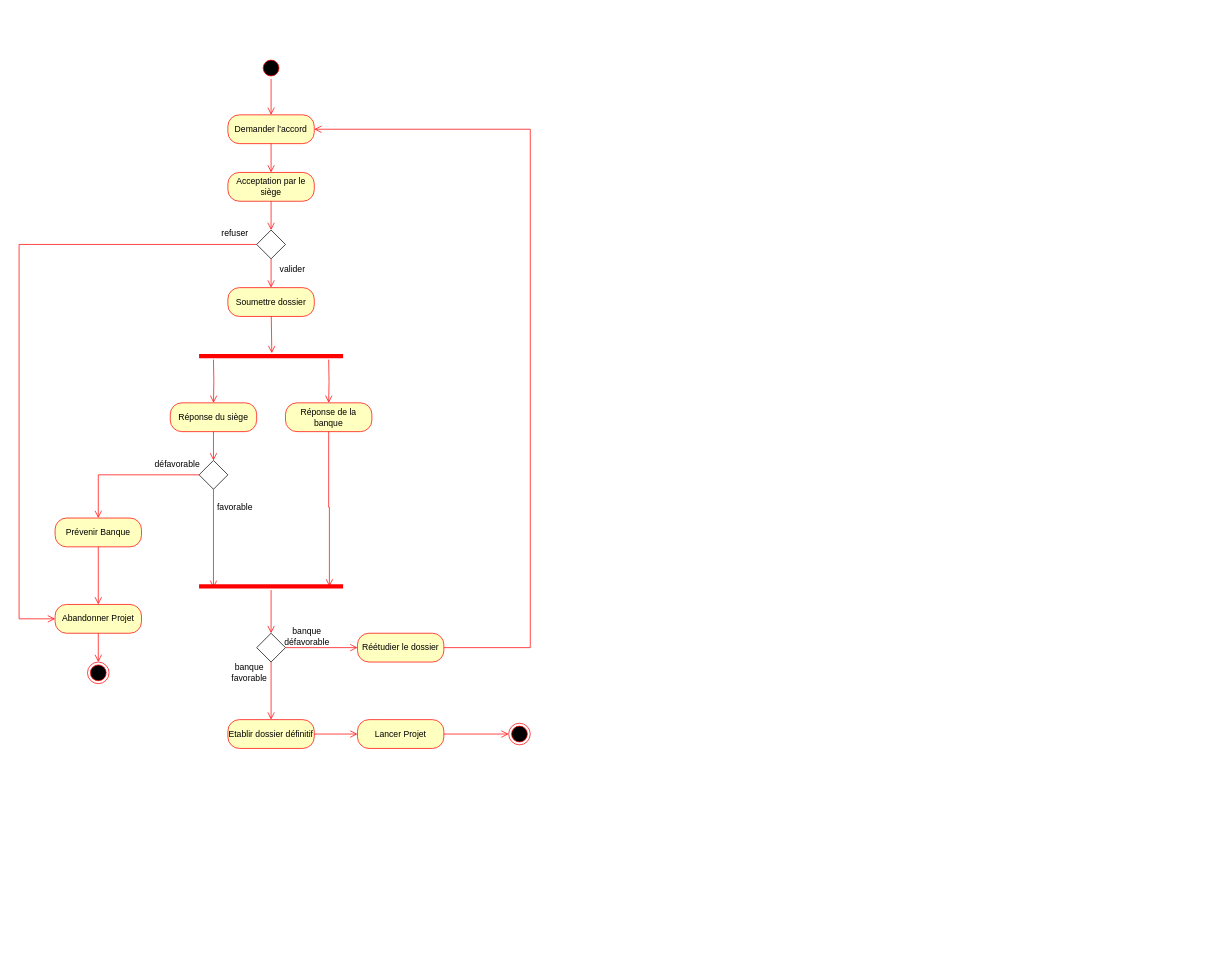
Before: TP5/TP_5_UML_Exercice_2.drawio in Mzk-Ali/EXO_M2I_UML, a draw.io diagram. Source tidied: cells renumbered, new cells numbered last; positions are measured from the earlier drawing's top-left corner, leaving out a move shared by most shapes. Both pictures are drawn from the tidied source at 72%, with x=0, y=0 at pixel (19, 57).
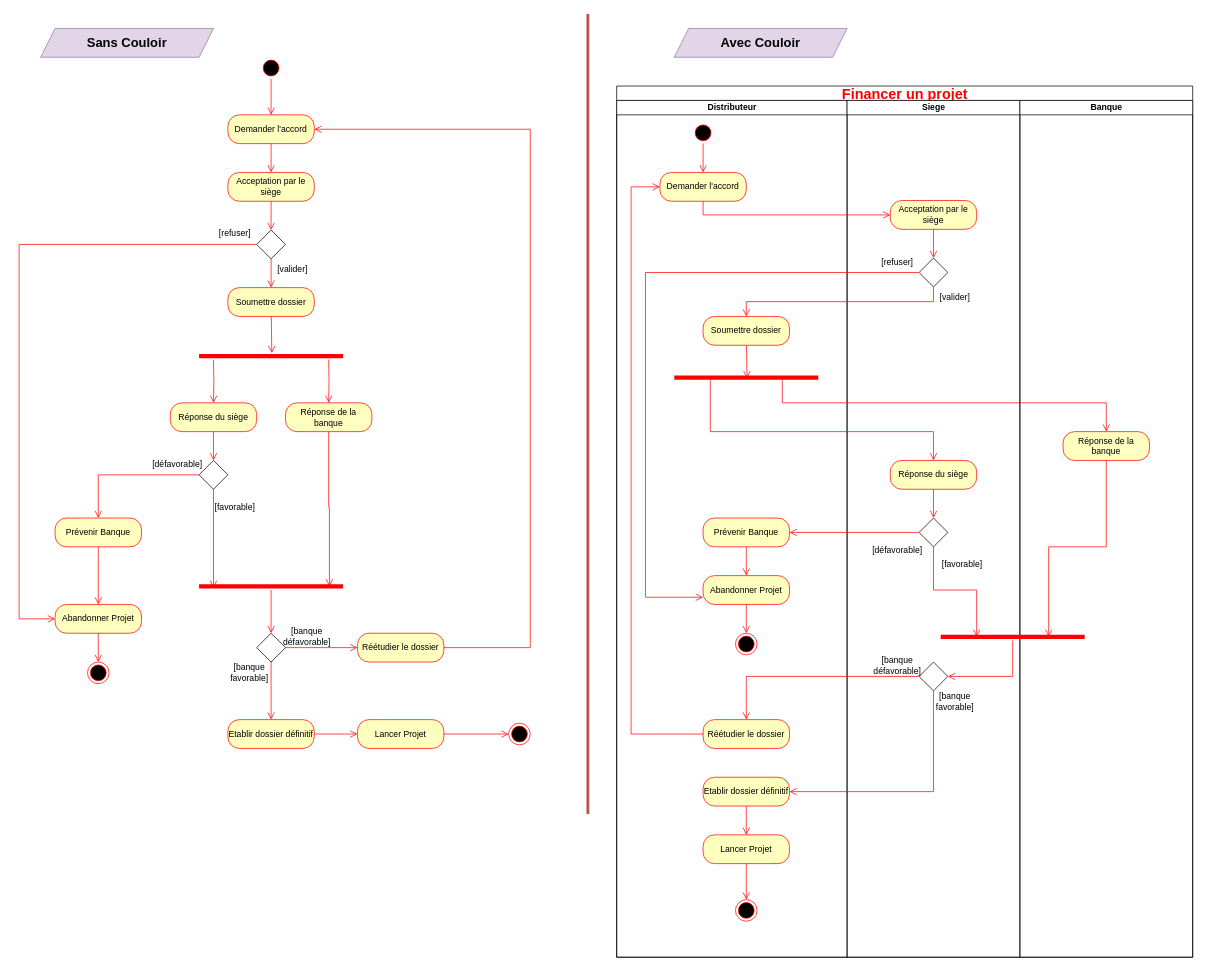
The same page after the edit.

Commit message (it also covers changes not shown here):
Mettre à jour TP_5_UML_Exercice_2.drawio

Diff of the diagram source:
```diff
@@
-    <mxCell id="6" value="refuser" style="text;html=1;align=center;verticalAlign=middle;whiteSpace=wrap;rounded=0;" parent="1" vertex="1">
+    <mxCell id="6" value="[refuser]" style="text;html=1;align=center;verticalAlign=middle;whiteSpace=wrap;rounded=0;" parent="1" vertex="1">
       <mxGeometry x="270" y="230" width="60" height="30" as="geometry" />
     </mxCell>
@@
-    <mxCell id="17" value="valider" style="text;html=1;align=center;verticalAlign=middle;whiteSpace=wrap;rounded=0;" parent="1" vertex="1">
+    <mxCell id="17" value="[valider]" style="text;html=1;align=center;verticalAlign=middle;whiteSpace=wrap;rounded=0;" parent="1" vertex="1">
       <mxGeometry x="350" y="280" width="60" height="30" as="geometry" />
     </mxCell>
@@
-    <mxCell id="26" value="favorable" style="text;html=1;align=center;verticalAlign=middle;whiteSpace=wrap;rounded=0;" parent="1" vertex="1">
+    <mxCell id="26" value="[favorable]" style="text;html=1;align=center;verticalAlign=middle;whiteSpace=wrap;rounded=0;" parent="1" vertex="1">
       <mxGeometry x="270" y="610" width="60" height="30" as="geometry" />
     </mxCell>
@@
-    <mxCell id="28" value="défavorable" style="text;html=1;align=center;verticalAlign=middle;whiteSpace=wrap;rounded=0;" parent="1" vertex="1">
+    <mxCell id="28" value="[défavorable]" style="text;html=1;align=center;verticalAlign=middle;whiteSpace=wrap;rounded=0;" parent="1" vertex="1">
       <mxGeometry x="190" y="550" width="60" height="30" as="geometry" />
     </mxCell>
@@
-    <mxCell id="40" value="banque favorable" style="text;html=1;align=center;verticalAlign=middle;whiteSpace=wrap;rounded=0;" parent="1" vertex="1">
+    <mxCell id="40" value="[banque favorable]" style="text;html=1;align=center;verticalAlign=middle;whiteSpace=wrap;rounded=0;" parent="1" vertex="1">
       <mxGeometry x="290" y="840" width="60" height="30" as="geometry" />
     </mxCell>
-    <mxCell id="41" value="banque défavorable" style="text;html=1;align=center;verticalAlign=middle;whiteSpace=wrap;rounded=0;" parent="1" vertex="1">
+    <mxCell id="41" value="[banque défavorable]" style="text;html=1;align=center;verticalAlign=middle;whiteSpace=wrap;rounded=0;" parent="1" vertex="1">
       <mxGeometry x="370" y="790" width="60" height="30" as="geometry" />
     </mxCell>
@@
+    <mxCell id="46" value="&lt;b&gt;&lt;font style=&quot;font-size: 18px;&quot;&gt;Sans Couloir&lt;/font&gt;&lt;/b&gt;" style="shape=parallelogram;perimeter=parallelogramPerimeter;whiteSpace=wrap;html=1;fixedSize=1;fillColor=#e1d5e7;strokeColor=#9673a6;" parent="1" vertex="1">
+      <mxGeometry x="30" y="-40" width="240" height="40" as="geometry" />
+    </mxCell>
+    <mxCell id="47" value="&lt;b&gt;&lt;font style=&quot;font-size: 18px;&quot;&gt;Avec Couloir&lt;/font&gt;&lt;/b&gt;" style="shape=parallelogram;perimeter=parallelogramPerimeter;whiteSpace=wrap;html=1;fixedSize=1;fillColor=#e1d5e7;strokeColor=#9673a6;" parent="1" vertex="1">
+      <mxGeometry x="910" y="-40" width="240" height="40" as="geometry" />
+    </mxCell>
+    <mxCell id="48" style="endArrow=none;html=1;rounded=0;strokeWidth=4;fillColor=#f8cecc;strokeColor=#b85450;" parent="1" edge="1">
+      <mxGeometry relative="1" as="geometry">
+        <mxPoint x="790" y="1051" as="sourcePoint" />
+        <mxPoint x="790" y="-60" as="targetPoint" />
+      </mxGeometry>
+    </mxCell>
+    <mxCell id="49" value="&lt;font style=&quot;font-size: 20px; color: light-dark(rgb(255, 0, 0), rgb(237, 237, 237));&quot;&gt;Financer un projet&lt;/font&gt;" style="swimlane;startSize=20;html=1;" parent="1" vertex="1">
+      <mxGeometry x="830" y="40" width="800" height="1210" as="geometry" />
+    </mxCell>
+    <mxCell id="50" value="Distributeur" style="swimlane;startSize=20;html=1;" parent="49" vertex="1">
+      <mxGeometry y="20" width="320" height="1190" as="geometry" />
+    </mxCell>
+    <mxCell id="51" value="Demander l'accord" style="rounded=1;whiteSpace=wrap;html=1;arcSize=40;fontColor=#000000;fillColor=#ffffc0;strokeColor=#ff0000;" parent="50" vertex="1">
+      <mxGeometry x="60" y="100" width="120" height="40" as="geometry" />
+    </mxCell>
+    <mxCell id="52" style="ellipse;html=1;shape=startState;fillColor=#000000;strokeColor=#ff0000;" parent="50" vertex="1">
+      <mxGeometry x="105" y="30" width="30" height="30" as="geometry" />
+    </mxCell>
+    <mxCell id="53" style="edgeStyle=orthogonalEdgeStyle;html=1;verticalAlign=bottom;endArrow=open;endSize=8;strokeColor=#ff0000;rounded=0;entryX=0.5;entryY=0;entryDx=0;entryDy=0;" parent="50" edge="1" source="52" target="51">
+      <mxGeometry relative="1" as="geometry" />
+    </mxCell>
+    <mxCell id="54" value="Soumettre dossier" style="rounded=1;whiteSpace=wrap;html=1;arcSize=40;fontColor=#000000;fillColor=#ffffc0;strokeColor=#ff0000;" parent="50" vertex="1">
+      <mxGeometry x="120" y="300" width="120" height="40" as="geometry" />
+    </mxCell>
+    <mxCell id="55" style="html=1;verticalAlign=bottom;endArrow=open;endSize=8;strokeColor=#ff0000;rounded=0;entryX=0.505;entryY=0.6;entryDx=0;entryDy=0;entryPerimeter=0;" parent="50" edge="1" source="54" target="56">
+      <mxGeometry relative="1" as="geometry" />
+    </mxCell>
+    <mxCell id="56" style="shape=line;html=1;strokeWidth=6;strokeColor=#ff0000;" parent="50" vertex="1">
+      <mxGeometry x="80" y="380" width="200" height="10" as="geometry" />
+    </mxCell>
+    <mxCell id="57" value="Prévenir Banque" style="rounded=1;whiteSpace=wrap;html=1;arcSize=40;fontColor=#000000;fillColor=#ffffc0;strokeColor=#ff0000;" parent="50" vertex="1">
+      <mxGeometry x="120" y="580" width="120" height="40" as="geometry" />
+    </mxCell>
+    <mxCell id="58" style="edgeStyle=orthogonalEdgeStyle;html=1;verticalAlign=bottom;endArrow=open;endSize=8;strokeColor=#ff0000;rounded=0;entryX=0.5;entryY=0;entryDx=0;entryDy=0;" parent="50" edge="1" source="57" target="59">
+      <mxGeometry relative="1" as="geometry" />
+    </mxCell>
+    <mxCell id="59" value="Abandonner Projet" style="rounded=1;whiteSpace=wrap;html=1;arcSize=40;fontColor=#000000;fillColor=#ffffc0;strokeColor=#ff0000;" parent="50" vertex="1">
+      <mxGeometry x="120" y="660" width="120" height="40" as="geometry" />
+    </mxCell>
+    <mxCell id="60" style="edgeStyle=orthogonalEdgeStyle;html=1;verticalAlign=bottom;endArrow=open;endSize=8;strokeColor=#ff0000;rounded=0;entryX=0.5;entryY=0;entryDx=0;entryDy=0;" parent="50" edge="1" source="59" target="61">
+      <mxGeometry relative="1" as="geometry" />
+    </mxCell>
+    <mxCell id="61" style="ellipse;html=1;shape=endState;fillColor=#000000;strokeColor=#ff0000;" parent="50" vertex="1">
+      <mxGeometry x="165" y="740" width="30" height="30" as="geometry" />
+    </mxCell>
+    <mxCell id="62" value="Etablir dossier définitif" style="rounded=1;whiteSpace=wrap;html=1;arcSize=40;fontColor=#000000;fillColor=#ffffc0;strokeColor=#ff0000;" parent="50" vertex="1">
+      <mxGeometry x="120" y="940" width="120" height="40" as="geometry" />
+    </mxCell>
+    <mxCell id="63" style="edgeStyle=orthogonalEdgeStyle;html=1;verticalAlign=bottom;endArrow=open;endSize=8;strokeColor=#ff0000;rounded=0;entryX=0.5;entryY=0;entryDx=0;entryDy=0;" parent="50" edge="1" source="62" target="64">
+      <mxGeometry relative="1" as="geometry" />
+    </mxCell>
+    <mxCell id="64" value="Lancer Projet" style="rounded=1;whiteSpace=wrap;html=1;arcSize=40;fontColor=#000000;fillColor=#ffffc0;strokeColor=#ff0000;" parent="50" vertex="1">
+      <mxGeometry x="120" y="1020" width="120" height="40" as="geometry" />
+    </mxCell>
+    <mxCell id="65" style="edgeStyle=orthogonalEdgeStyle;html=1;verticalAlign=bottom;endArrow=open;endSize=8;strokeColor=#ff0000;rounded=0;entryX=0.5;entryY=0;entryDx=0;entryDy=0;" parent="50" edge="1" source="64" target="66">
+      <mxGeometry relative="1" as="geometry" />
+    </mxCell>
+    <mxCell id="66" style="ellipse;html=1;shape=endState;fillColor=#000000;strokeColor=#ff0000;" parent="50" vertex="1">
+      <mxGeometry x="165" y="1110" width="30" height="30" as="geometry" />
+    </mxCell>
+    <mxCell id="67" value="Réétudier le dossier" style="rounded=1;whiteSpace=wrap;html=1;arcSize=40;fontColor=#000000;fillColor=#ffffc0;strokeColor=#ff0000;" parent="50" vertex="1">
+      <mxGeometry x="120" y="860" width="120" height="40" as="geometry" />
+    </mxCell>
+    <mxCell id="68" style="edgeStyle=orthogonalEdgeStyle;html=1;verticalAlign=bottom;endArrow=open;endSize=8;strokeColor=#ff0000;rounded=0;entryX=0;entryY=0.5;entryDx=0;entryDy=0;exitX=0;exitY=0.5;exitDx=0;exitDy=0;" parent="50" edge="1" source="67" target="51">
+      <mxGeometry relative="1" as="geometry">
+        <Array as="points">
+          <mxPoint x="20" y="880" />
+          <mxPoint x="20" y="120" />
+        </Array>
+      </mxGeometry>
+    </mxCell>
+    <mxCell id="69" value="Siege" style="swimlane;startSize=20;html=1;" parent="49" vertex="1">
+      <mxGeometry x="320" y="20" width="240" height="1190" as="geometry" />
+    </mxCell>
+    <mxCell id="70" value="Acceptation par le siège" style="rounded=1;whiteSpace=wrap;html=1;arcSize=40;fontColor=#000000;fillColor=#ffffc0;strokeColor=#ff0000;" parent="69" vertex="1">
+      <mxGeometry x="60" y="139" width="120" height="40" as="geometry" />
+    </mxCell>
+    <mxCell id="71" style="edgeStyle=orthogonalEdgeStyle;html=1;verticalAlign=bottom;endArrow=open;endSize=8;strokeColor=#ff0000;rounded=0;entryX=0.5;entryY=0;entryDx=0;entryDy=0;" parent="69" edge="1" source="70" target="73">
+      <mxGeometry relative="1" as="geometry" />
+    </mxCell>
+    <mxCell id="72" value="[refuser]" style="text;html=1;align=center;verticalAlign=middle;whiteSpace=wrap;rounded=0;" parent="69" vertex="1">
+      <mxGeometry x="40" y="210" width="60" height="30" as="geometry" />
+    </mxCell>
+    <mxCell id="73" style="rhombus;whiteSpace=wrap;html=1;" parent="69" vertex="1">
+      <mxGeometry x="100" y="219" width="40" height="40" as="geometry" />
+    </mxCell>
+    <mxCell id="74" value="[valider]" style="text;html=1;align=center;verticalAlign=middle;whiteSpace=wrap;rounded=0;" parent="69" vertex="1">
+      <mxGeometry x="120" y="259" width="60" height="30" as="geometry" />
+    </mxCell>
+    <mxCell id="75" value="Réponse du siège" style="rounded=1;whiteSpace=wrap;html=1;arcSize=40;fontColor=#000000;fillColor=#ffffc0;strokeColor=#ff0000;" parent="69" vertex="1">
+      <mxGeometry x="60" y="500" width="120" height="40" as="geometry" />
+    </mxCell>
+    <mxCell id="76" style="edgeStyle=orthogonalEdgeStyle;html=1;verticalAlign=bottom;endArrow=open;endSize=8;strokeColor=#ff0000;rounded=0;entryX=0.5;entryY=0;entryDx=0;entryDy=0;" parent="69" edge="1" source="75" target="77">
+      <mxGeometry relative="1" as="geometry" />
+    </mxCell>
+    <mxCell id="77" style="rhombus;whiteSpace=wrap;html=1;" parent="69" vertex="1">
+      <mxGeometry x="100" y="580" width="40" height="40" as="geometry" />
+    </mxCell>
+    <mxCell id="78" value="[favorable]" style="text;html=1;align=center;verticalAlign=middle;whiteSpace=wrap;rounded=0;" parent="69" vertex="1">
+      <mxGeometry x="130" y="630" width="60" height="30" as="geometry" />
+    </mxCell>
+    <mxCell id="79" value="[défavorable]" style="text;html=1;align=center;verticalAlign=middle;whiteSpace=wrap;rounded=0;" parent="69" vertex="1">
+      <mxGeometry x="40" y="610" width="60" height="30" as="geometry" />
+    </mxCell>
+    <mxCell id="80" style="rhombus;whiteSpace=wrap;html=1;" parent="69" vertex="1">
+      <mxGeometry x="100" y="780" width="40" height="40" as="geometry" />
+    </mxCell>
+    <mxCell id="81" value="[banque défavorable]" style="text;html=1;align=center;verticalAlign=middle;whiteSpace=wrap;rounded=0;" parent="69" vertex="1">
+      <mxGeometry x="40" y="770" width="60" height="30" as="geometry" />
+    </mxCell>
+    <mxCell id="82" value="[banque favorable]" style="text;html=1;align=center;verticalAlign=middle;whiteSpace=wrap;rounded=0;" parent="69" vertex="1">
+      <mxGeometry x="120" y="820" width="60" height="30" as="geometry" />
+    </mxCell>
+    <mxCell id="83" style="edgeStyle=orthogonalEdgeStyle;html=1;verticalAlign=bottom;endArrow=open;endSize=8;strokeColor=#ff0000;rounded=0;exitX=0.5;exitY=1;exitDx=0;exitDy=0;entryX=0;entryY=0.5;entryDx=0;entryDy=0;" parent="49" edge="1" source="51" target="70">
+      <mxGeometry relative="1" as="geometry">
+        <Array as="points">
+          <mxPoint x="120" y="179" />
+        </Array>
+      </mxGeometry>
+    </mxCell>
+    <mxCell id="84" style="edgeStyle=orthogonalEdgeStyle;html=1;verticalAlign=bottom;endArrow=open;endSize=8;strokeColor=#ff0000;rounded=0;entryX=0.5;entryY=0;entryDx=0;entryDy=0;exitX=0.5;exitY=1;exitDx=0;exitDy=0;" parent="49" edge="1" source="73" target="54">
+      <mxGeometry relative="1" as="geometry" />
+    </mxCell>
+    <mxCell id="85" style="edgeStyle=orthogonalEdgeStyle;html=1;verticalAlign=bottom;endArrow=open;endSize=8;strokeColor=#ff0000;rounded=0;entryX=0.5;entryY=0;entryDx=0;entryDy=0;exitX=0.75;exitY=0.5;exitDx=0;exitDy=0;exitPerimeter=0;" parent="49" edge="1" source="56" target="94">
+      <mxGeometry relative="1" as="geometry">
+        <Array as="points">
+          <mxPoint x="230" y="440" />
+          <mxPoint x="680" y="440" />
+        </Array>
+      </mxGeometry>
+    </mxCell>
+    <mxCell id="86" style="edgeStyle=orthogonalEdgeStyle;html=1;verticalAlign=bottom;endArrow=open;endSize=8;strokeColor=#ff0000;rounded=0;entryX=0.5;entryY=0;entryDx=0;entryDy=0;exitX=0.25;exitY=0.5;exitDx=0;exitDy=0;exitPerimeter=0;" parent="49" edge="1" source="56" target="75">
+      <mxGeometry relative="1" as="geometry">
+        <Array as="points">
+          <mxPoint x="130" y="480" />
+          <mxPoint x="440" y="480" />
+        </Array>
+      </mxGeometry>
+    </mxCell>
+    <mxCell id="87" style="edgeStyle=orthogonalEdgeStyle;html=1;verticalAlign=bottom;endArrow=open;endSize=8;strokeColor=#ff0000;rounded=0;exitX=0;exitY=0.5;exitDx=0;exitDy=0;entryX=1;entryY=0.5;entryDx=0;entryDy=0;" parent="49" edge="1" source="77" target="57">
+      <mxGeometry relative="1" as="geometry" />
+    </mxCell>
+    <mxCell id="88" style="edgeStyle=orthogonalEdgeStyle;html=1;verticalAlign=bottom;endArrow=open;endSize=8;strokeColor=#ff0000;rounded=0;entryX=0;entryY=0.75;entryDx=0;entryDy=0;exitX=0;exitY=0.5;exitDx=0;exitDy=0;" parent="49" edge="1" source="73" target="59">
+      <mxGeometry relative="1" as="geometry">
+        <Array as="points">
+          <mxPoint x="40" y="259" />
+          <mxPoint x="40" y="710" />
+        </Array>
+      </mxGeometry>
+    </mxCell>
+    <mxCell id="89" style="edgeStyle=orthogonalEdgeStyle;html=1;verticalAlign=bottom;endArrow=open;endSize=8;strokeColor=#ff0000;rounded=0;entryX=0.5;entryY=0;entryDx=0;entryDy=0;exitX=0;exitY=0.5;exitDx=0;exitDy=0;" parent="49" edge="1" source="80" target="67">
+      <mxGeometry relative="1" as="geometry" />
+    </mxCell>
+    <mxCell id="90" style="edgeStyle=orthogonalEdgeStyle;html=1;verticalAlign=bottom;endArrow=open;endSize=8;strokeColor=#ff0000;rounded=0;entryX=1;entryY=0.5;entryDx=0;entryDy=0;exitX=0.5;exitY=1;exitDx=0;exitDy=0;" parent="49" edge="1" source="80" target="62">
+      <mxGeometry relative="1" as="geometry" />
+    </mxCell>
+    <mxCell id="91" style="edgeStyle=orthogonalEdgeStyle;html=1;verticalAlign=bottom;endArrow=open;endSize=8;strokeColor=#ff0000;rounded=0;entryX=1;entryY=0.5;entryDx=0;entryDy=0;" parent="49" edge="1" source="96" target="80">
+      <mxGeometry relative="1" as="geometry">
+        <Array as="points">
+          <mxPoint x="550" y="820" />
+        </Array>
+      </mxGeometry>
+    </mxCell>
+    <mxCell id="92" style="edgeStyle=orthogonalEdgeStyle;html=1;verticalAlign=bottom;endArrow=open;endSize=8;strokeColor=#ff0000;rounded=0;entryX=0.25;entryY=0.5;entryDx=0;entryDy=0;exitX=0.5;exitY=1;exitDx=0;exitDy=0;entryPerimeter=0;" parent="49" edge="1" source="77" target="96">
+      <mxGeometry relative="1" as="geometry" />
+    </mxCell>
+    <mxCell id="93" value="Banque" style="swimlane;startSize=20;html=1;" parent="49" vertex="1">
+      <mxGeometry x="560" y="20" width="240" height="1190" as="geometry" />
+    </mxCell>
+    <mxCell id="94" value="Réponse de la banque" style="rounded=1;whiteSpace=wrap;html=1;arcSize=40;fontColor=#000000;fillColor=#ffffc0;strokeColor=#ff0000;" parent="93" vertex="1">
+      <mxGeometry x="60" y="460" width="120" height="40" as="geometry" />
+    </mxCell>
+    <mxCell id="95" style="edgeStyle=orthogonalEdgeStyle;html=1;verticalAlign=bottom;endArrow=open;endSize=8;strokeColor=#ff0000;rounded=0;entryX=0.75;entryY=0.5;entryDx=0;entryDy=0;entryPerimeter=0;" parent="93" edge="1" source="94" target="96">
+      <mxGeometry relative="1" as="geometry" />
+    </mxCell>
+    <mxCell id="96" style="shape=line;html=1;strokeWidth=6;strokeColor=#ff0000;" parent="93" vertex="1">
+      <mxGeometry x="-110" y="740" width="200" height="10" as="geometry" />
+    </mxCell>
```
